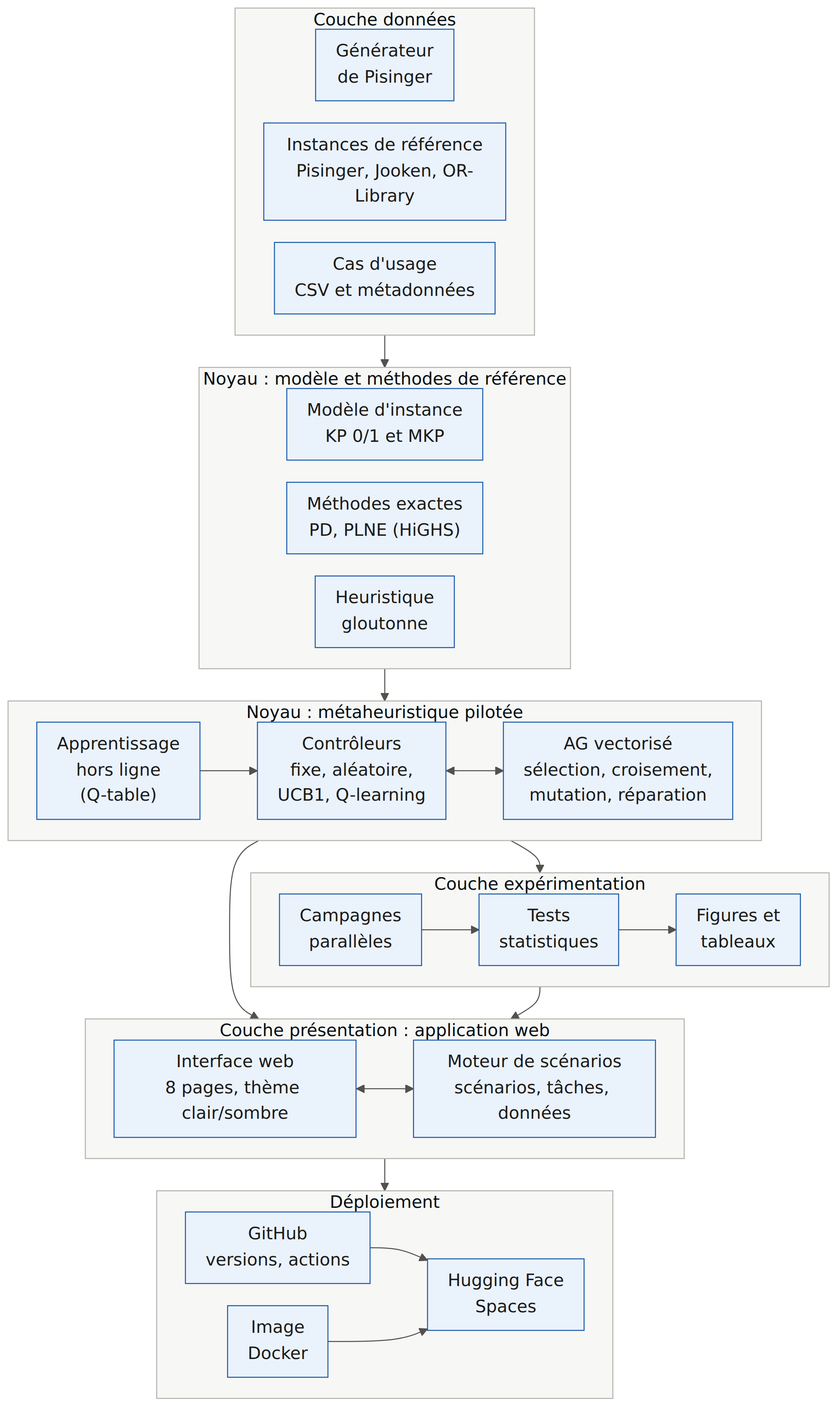
Recherche-Niaiko/rlga-knapsack keeps this Mermaid diagram as app_taipy/assets/architecture_plateforme.png. Above is the earlier version. Its source is kept beside it as app_taipy/assets/architecture_plateforme.mmd. Its diagram source:
```mermaid
flowchart TB
  subgraph DON["Couche données"]
    direction LR
    D1["Générateur<br/>de Pisinger"]
    D2["Instances de référence<br/>Pisinger, Jooken, OR-Library"]
    D3["Cas d'usage<br/>CSV et métadonnées"]
  end
  subgraph REF["Noyau : modèle et méthodes de référence"]
    direction LR
    N1["Modèle d'instance<br/>KP 0/1 et MKP"]
    N2["Méthodes exactes<br/>PD, PLNE (HiGHS)"]
    N3["Heuristique<br/>gloutonne"]
  end
  subgraph MET["Noyau : métaheuristique pilotée"]
    direction LR
    N4["AG vectorisé<br/>sélection, croisement,<br/>mutation, réparation"]
    N5["Contrôleurs<br/>fixe, aléatoire,<br/>UCB1, Q-learning"]
    N6["Apprentissage<br/>hors ligne<br/>(Q-table)"]
    N5 <--> N4
    N6 --> N5
  end
  subgraph EXP["Couche expérimentation"]
    direction LR
    X1["Campagnes<br/>parallèles"] --> X2["Tests<br/>statistiques"] --> X3["Figures et<br/>tableaux"]
  end
  subgraph PRES["Couche présentation : application web"]
    direction LR
    T1["Interface web<br/>8 pages, thème clair/sombre"] <--> T2["Moteur de scénarios<br/>scénarios, tâches, données"]
  end
  subgraph DEP["Déploiement"]
    direction LR
    Y3["GitHub<br/>versions, actions"] --> Y2["Hugging Face<br/>Spaces"]
    Y1["Image<br/>Docker"] --> Y2
  end
  DON --> REF --> MET
  MET --> EXP
  MET --> PRES
  EXP --> PRES
  PRES --> DEP
```
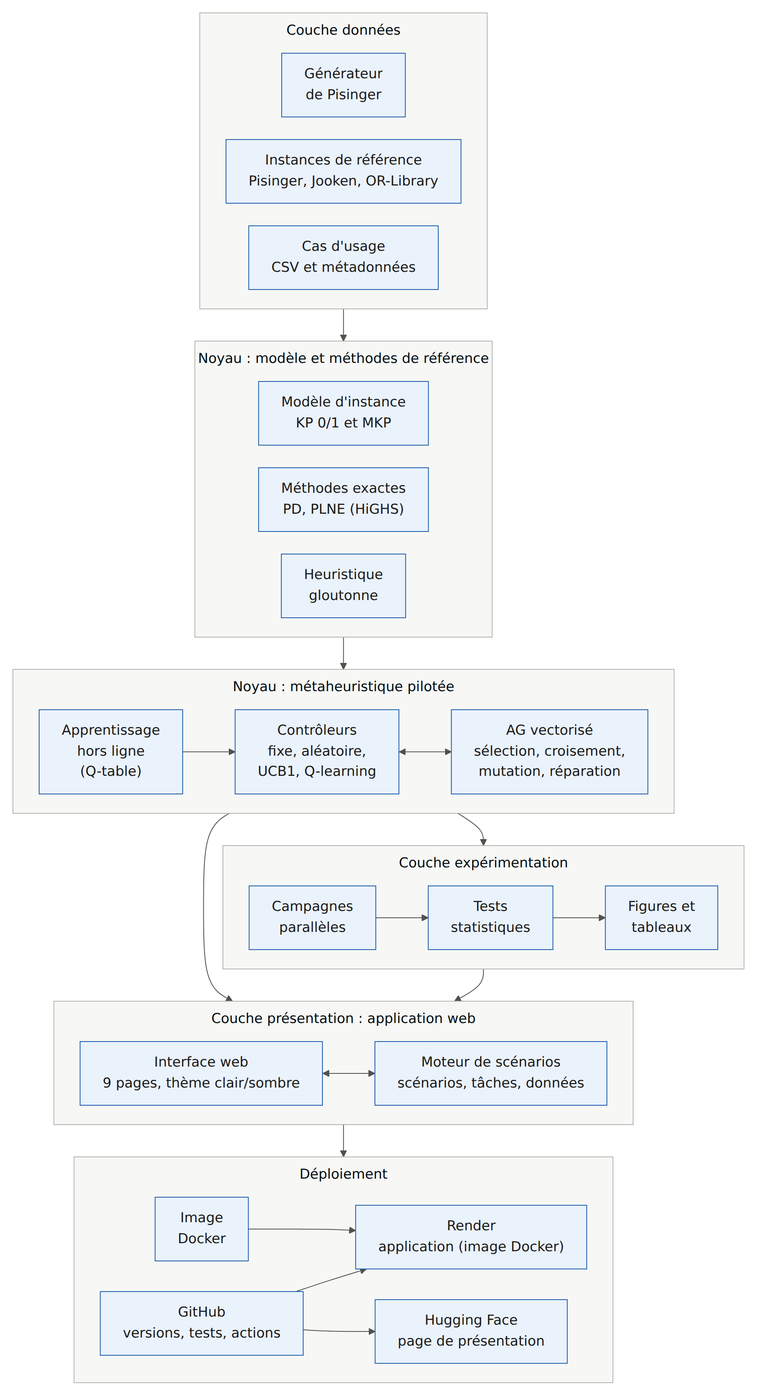
Later version of the same file.

Change to the diagram source:
```diff
@@ -25,11 +25,12 @@
   end
   subgraph PRES["Couche présentation : application web"]
     direction LR
-    T1["Interface web<br/>8 pages, thème clair/sombre"] <--> T2["Moteur de scénarios<br/>scénarios, tâches, données"]
+    T1["Interface web<br/>9 pages, thème clair/sombre"] <--> T2["Moteur de scénarios<br/>scénarios, tâches, données"]
   end
   subgraph DEP["Déploiement"]
     direction LR
-    Y3["GitHub<br/>versions, actions"] --> Y2["Hugging Face<br/>Spaces"]
+    Y3["GitHub<br/>versions, tests, actions"] --> Y2["Render<br/>application (image Docker)"]
+    Y3 --> Y4["Hugging Face<br/>page de présentation"]
     Y1["Image<br/>Docker"] --> Y2
   end
   DON --> REF --> MET
```
